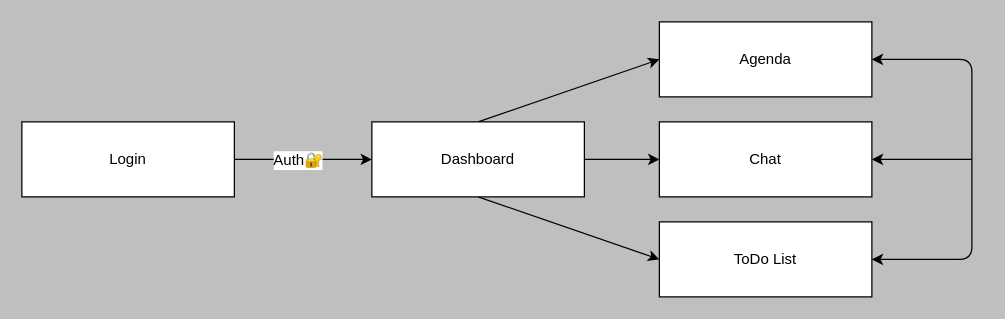
Earlier version of the draw.io diagram Diagrams/application.drawio (W-D0n/LearnAtHome_10). Source tidied: cells renumbered, new cells numbered last; positions are measured from the earlier drawing's top-left corner, leaving out a move shared by most shapes. Both pictures are drawn from the tidied source at 125%, with x=0, y=0 at pixel (21, 21).
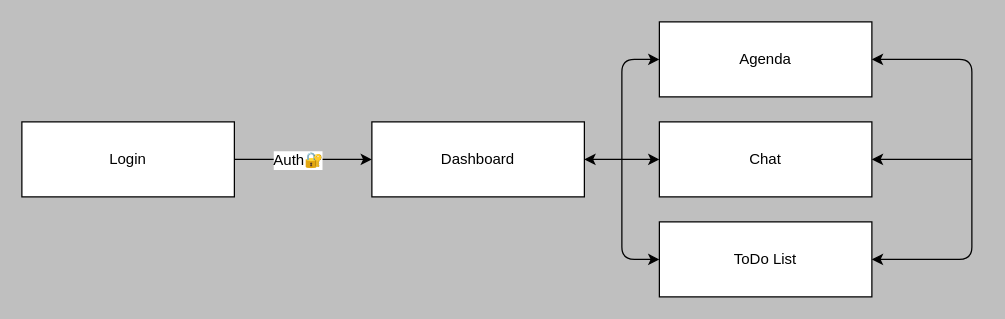
After the change.

Commit message (it also covers changes not shown here):
diag application change

What changed in the source:
```diff
@@
 <mxGraphModel background="#BFBFBF">
   <root>
     <mxCell id="0" />
     <mxCell id="1" parent="0" />
     <mxCell id="2" style="edgeStyle=none;html=1;exitX=1;exitY=0.5;exitDx=0;exitDy=0;entryX=0;entryY=0.5;entryDx=0;entryDy=0;strokeColor=#000000;" parent="1" edge="1" source="4" target="11">
       <mxGeometry relative="1" as="geometry" />
     </mxCell>
     <mxCell id="3" value="&lt;span style=&quot;font-size: 12px&quot;&gt;Auth🔐&lt;/span&gt;" style="edgeLabel;html=1;align=center;verticalAlign=middle;" parent="2" vertex="1">
       <mxGeometry x="-0.25" y="-1" relative="1" as="geometry">
         <mxPoint x="9" y="-1" as="offset" />
       </mxGeometry>
     </mxCell>
     <mxCell id="4" value="Login" style="rounded=0;whiteSpace=wrap;html=1;" parent="1" vertex="1">
       <mxGeometry y="80" width="170" height="60" as="geometry" />
     </mxCell>
     <mxCell id="5" value="ToDo List" style="rounded=0;whiteSpace=wrap;html=1;" parent="1" vertex="1">
       <mxGeometry x="510" y="160" width="170" height="60" as="geometry" />
     </mxCell>
     <mxCell id="6" value="Agenda" style="rounded=0;whiteSpace=wrap;html=1;" parent="1" vertex="1">
       <mxGeometry x="510" width="170" height="60" as="geometry" />
     </mxCell>
     <mxCell id="7" value="Chat" style="rounded=0;whiteSpace=wrap;html=1;" parent="1" vertex="1">
       <mxGeometry x="510" y="80" width="170" height="60" as="geometry" />
     </mxCell>
-    <mxCell id="8" style="edgeStyle=none;html=1;exitX=1;exitY=0.5;exitDx=0;exitDy=0;entryX=0;entryY=0.5;entryDx=0;entryDy=0;strokeColor=#000000;" parent="1" edge="1" source="11" target="7">
-      <mxGeometry relative="1" as="geometry" />
-    </mxCell>
-    <mxCell id="9" style="edgeStyle=none;html=1;exitX=0.5;exitY=0;exitDx=0;exitDy=0;entryX=0;entryY=0.5;entryDx=0;entryDy=0;strokeColor=#000000;" parent="1" edge="1" source="11" target="6">
-      <mxGeometry relative="1" as="geometry" />
-    </mxCell>
-    <mxCell id="10" style="edgeStyle=none;html=1;exitX=0.5;exitY=1;exitDx=0;exitDy=0;entryX=0;entryY=0.5;entryDx=0;entryDy=0;strokeColor=#000000;" parent="1" edge="1" source="11" target="5">
-      <mxGeometry relative="1" as="geometry" />
-    </mxCell>
     <mxCell id="11" value="Dashboard" style="rounded=0;whiteSpace=wrap;html=1;" parent="1" vertex="1">
       <mxGeometry x="280" y="80" width="170" height="60" as="geometry" />
     </mxCell>
     <mxCell id="12" style="endArrow=classic;startArrow=classic;html=1;strokeColor=#000000;entryX=1;entryY=0.5;entryDx=0;entryDy=0;exitX=1;exitY=0.5;exitDx=0;exitDy=0;" parent="1" edge="1" source="5" target="6">
       <mxGeometry relative="1" as="geometry">
         <Array as="points">
           <mxPoint x="760" y="190" />
           <mxPoint x="760" y="30" />
         </Array>
       </mxGeometry>
     </mxCell>
     <mxCell id="13" style="endArrow=classic;html=1;strokeColor=#000000;entryX=1;entryY=0.5;entryDx=0;entryDy=0;" parent="1" edge="1" target="7">
       <mxGeometry relative="1" as="geometry">
         <mxPoint x="760" y="110" as="sourcePoint" />
       </mxGeometry>
     </mxCell>
+    <mxCell id="14" style="endArrow=classic;startArrow=classic;html=1;entryX=0;entryY=0.5;entryDx=0;entryDy=0;exitX=0;exitY=0.5;exitDx=0;exitDy=0;" parent="1" edge="1" source="5" target="6">
+      <mxGeometry relative="1" as="geometry">
+        <Array as="points">
+          <mxPoint x="480" y="190" />
+          <mxPoint x="480" y="30" />
+        </Array>
+      </mxGeometry>
+    </mxCell>
+    <mxCell id="8" style="endArrow=classic;startArrow=classic;html=1;entryX=0;entryY=0.5;entryDx=0;entryDy=0;exitX=1;exitY=0.5;exitDx=0;exitDy=0;" parent="1" edge="1" source="11" target="7">
+      <mxGeometry relative="1" as="geometry" />
+    </mxCell>
   </root>
 </mxGraphModel>
```
